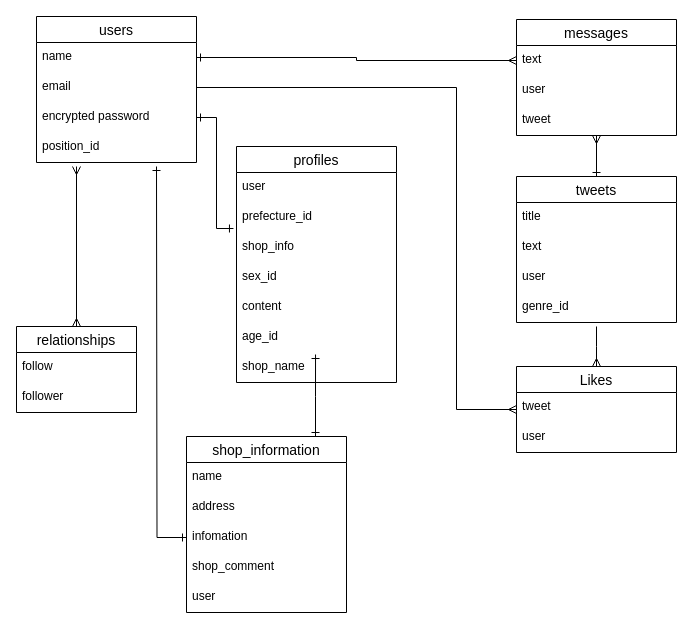
This is mediboardER.dio from IshigeU/mediboard-32338, a draw.io file, before an edit. Source tidied: cells renumbered, new cells numbered last; positions are measured from the earlier drawing's top-left corner, leaving out a move shared by most shapes. Both pictures are drawn from the tidied source at 100%, with x=0, y=0 at pixel (16, 16).
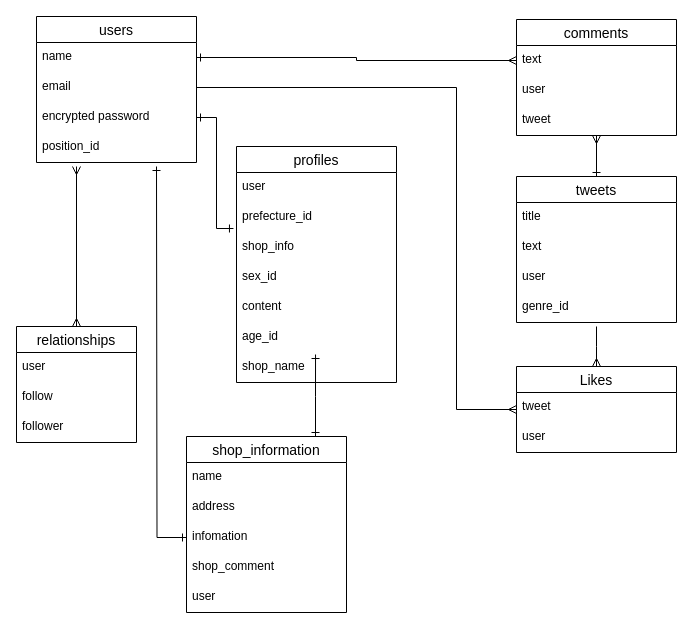
The same diagram, later.

The edit, as a diff of the source:
```diff
@@
     <mxCell id="13" value="relationships" style="swimlane;fontStyle=0;horizontal=1;startSize=26;align=center;fontSize=14;" parent="1" vertex="1">
-      <mxGeometry y="310" width="120" height="86" as="geometry" />
+      <mxGeometry y="310" width="120" height="116" as="geometry" />
     </mxCell>
+    <mxCell id="44" value="user" style="text;strokeColor=none;fillColor=none;spacingLeft=4;spacingRight=4;overflow=hidden;fontSize=12;" parent="13" vertex="1">
+      <mxGeometry y="26" width="120" height="30" as="geometry" />
+    </mxCell>
     <mxCell id="14" value="follow" style="text;strokeColor=none;fillColor=none;spacingLeft=4;spacingRight=4;overflow=hidden;fontSize=12;" parent="13" vertex="1">
-      <mxGeometry y="26" width="120" height="30" as="geometry" />
+      <mxGeometry y="56" width="120" height="30" as="geometry" />
     </mxCell>
     <mxCell id="15" value="follower" style="text;strokeColor=none;fillColor=none;spacingLeft=4;spacingRight=4;overflow=hidden;fontSize=12;" parent="13" vertex="1">
-      <mxGeometry y="56" width="120" height="30" as="geometry" />
+      <mxGeometry y="86" width="120" height="30" as="geometry" />
     </mxCell>
@@
-    <mxCell id="25" value="messages" style="swimlane;fontStyle=0;horizontal=1;startSize=26;align=center;fontSize=14;" parent="1" vertex="1">
+    <mxCell id="25" value="comments" style="swimlane;fontStyle=0;horizontal=1;startSize=26;align=center;fontSize=14;" parent="1" vertex="1">
       <mxGeometry x="500" y="3" width="160" height="116" as="geometry" />
     </mxCell>
```
